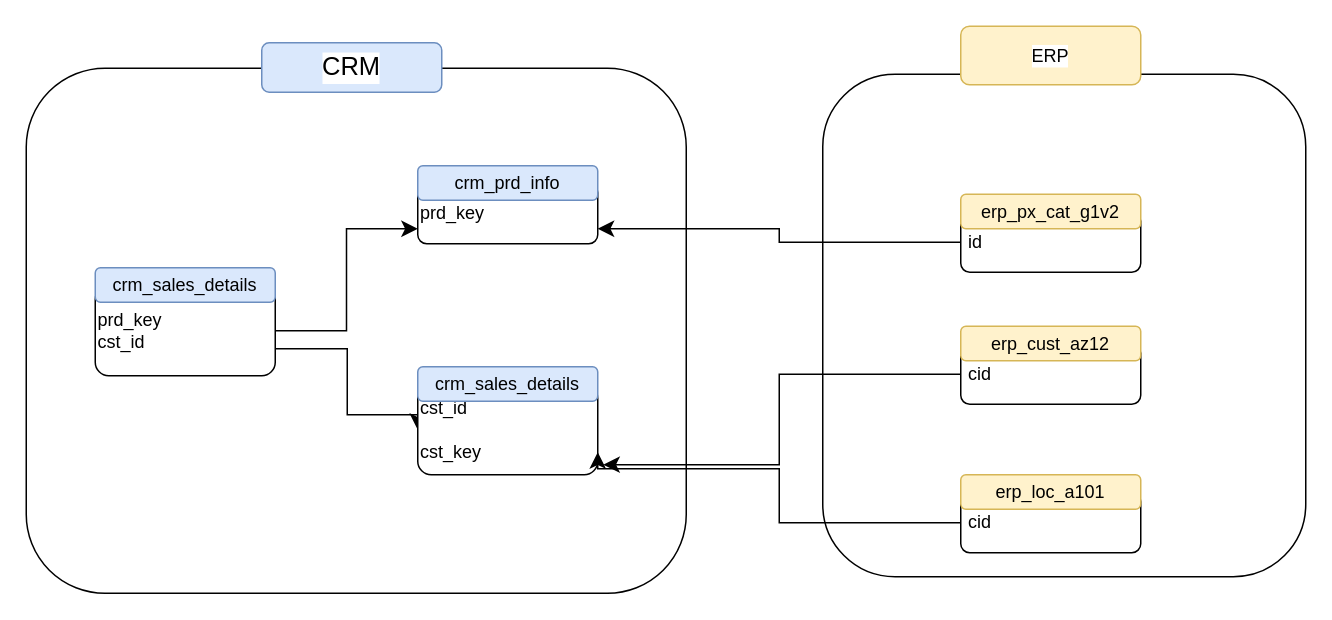
The draw.io diagram integration model.drawio in Rizkyhnkw/data-warehouse, before the edit. Source tidied: cells renumbered, new cells numbered last; positions are measured from the earlier drawing's top-left corner, leaving out a move shared by most shapes. Both pictures are drawn from the tidied source at 150%, with x=0, y=0 at pixel (26, 26).
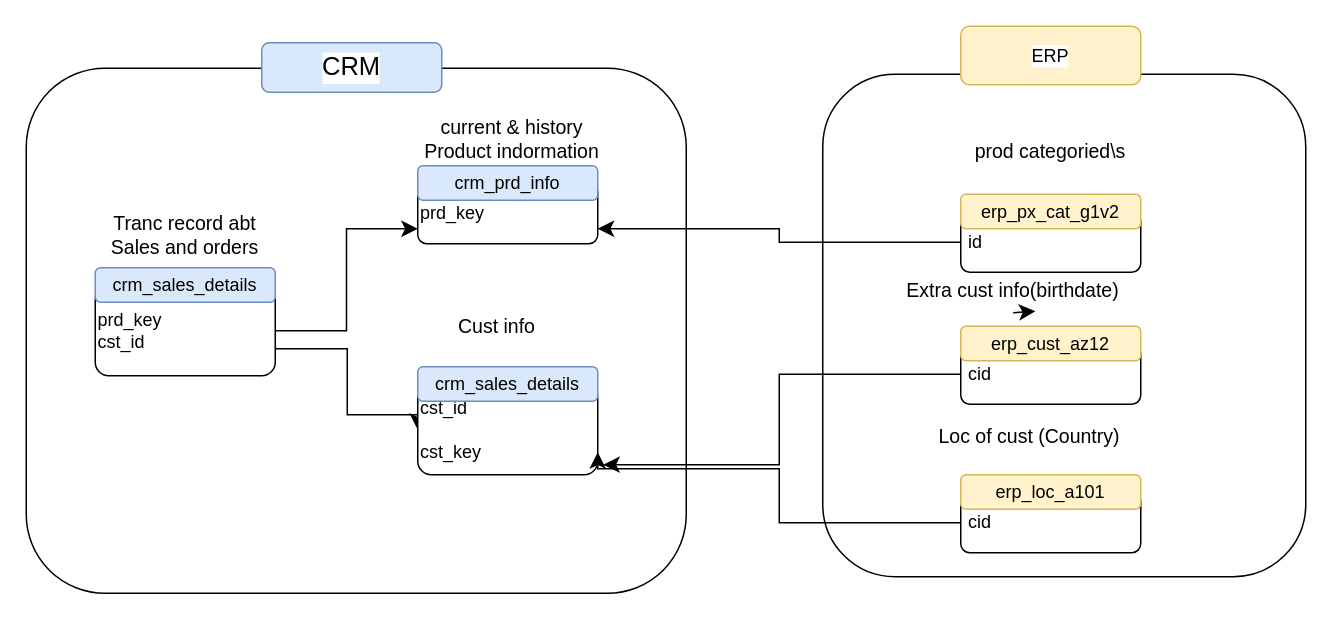
The same page after the edit.

What changed in the source:
```diff
@@
+    <mxCell id="23" value="Tranc record abt Sales and orders" style="text;strokeColor=none;fillColor=none;html=1;align=center;verticalAlign=middle;whiteSpace=wrap;rounded=0;fontSize=13;" parent="1" vertex="1">
+      <mxGeometry x="46" y="124" width="120" height="30" as="geometry" />
+    </mxCell>
+    <mxCell id="24" value="prod categoried\s" style="text;strokeColor=none;fillColor=none;html=1;align=center;verticalAlign=middle;whiteSpace=wrap;rounded=0;fontSize=13;" parent="1" vertex="1">
+      <mxGeometry x="623" y="68" width="120" height="30" as="geometry" />
+    </mxCell>
+    <mxCell id="25" value="Cust info" style="text;strokeColor=none;fillColor=none;html=1;align=center;verticalAlign=middle;whiteSpace=wrap;rounded=0;fontSize=13;" parent="1" vertex="1">
+      <mxGeometry x="254" y="184.5" width="120" height="30" as="geometry" />
+    </mxCell>
+    <mxCell id="26" value="current &amp;amp; history Product indormation" style="text;strokeColor=none;fillColor=none;html=1;align=center;verticalAlign=middle;whiteSpace=wrap;rounded=0;fontSize=13;" parent="1" vertex="1">
+      <mxGeometry x="264" y="60" width="120" height="30" as="geometry" />
+    </mxCell>
+    <mxCell id="27" value="Extra cust info(birthdate)" style="text;strokeColor=none;fillColor=none;html=1;align=center;verticalAlign=middle;whiteSpace=wrap;rounded=0;fontSize=13;" parent="1" vertex="1">
+      <mxGeometry x="568" y="161" width="180" height="30" as="geometry" />
+    </mxCell>
+    <mxCell id="28" style="edgeStyle=none;curved=1;rounded=0;orthogonalLoop=1;jettySize=auto;html=1;exitX=0.5;exitY=1;exitDx=0;exitDy=0;entryX=0.582;entryY=0.965;entryDx=0;entryDy=0;entryPerimeter=0;fontSize=12;startSize=8;endSize=8;" parent="1" edge="1" source="27" target="27">
+      <mxGeometry relative="1" as="geometry" />
+    </mxCell>
+    <mxCell id="29" value="Loc of cust (Country)" style="text;strokeColor=none;fillColor=none;html=1;align=center;verticalAlign=middle;whiteSpace=wrap;rounded=0;fontSize=13;" parent="1" vertex="1">
+      <mxGeometry x="579" y="258" width="180" height="30" as="geometry" />
+    </mxCell>
```
